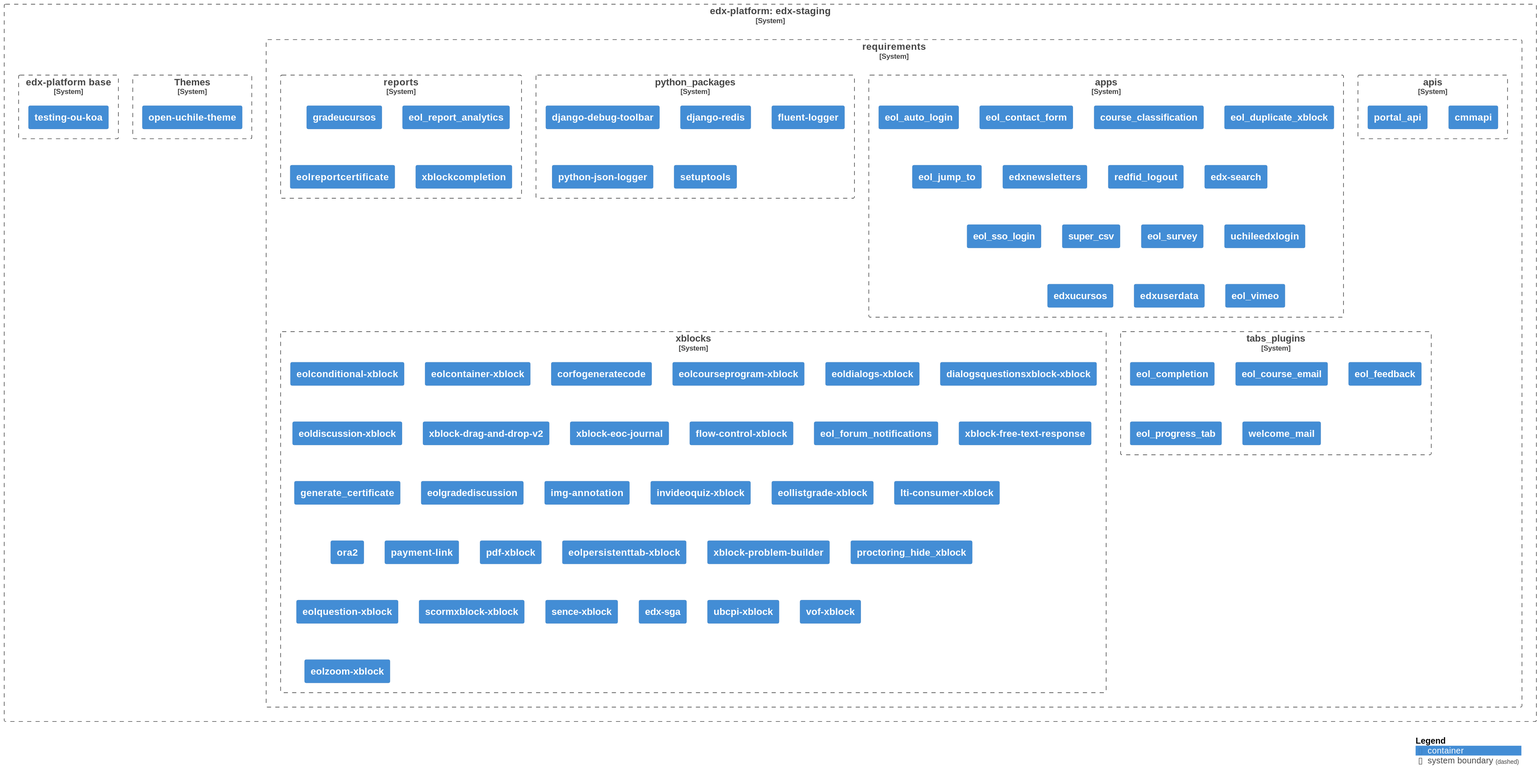
Earlier version of the PlantUML export diagrams/diagram.svg (eol-uchile/edx-staging).
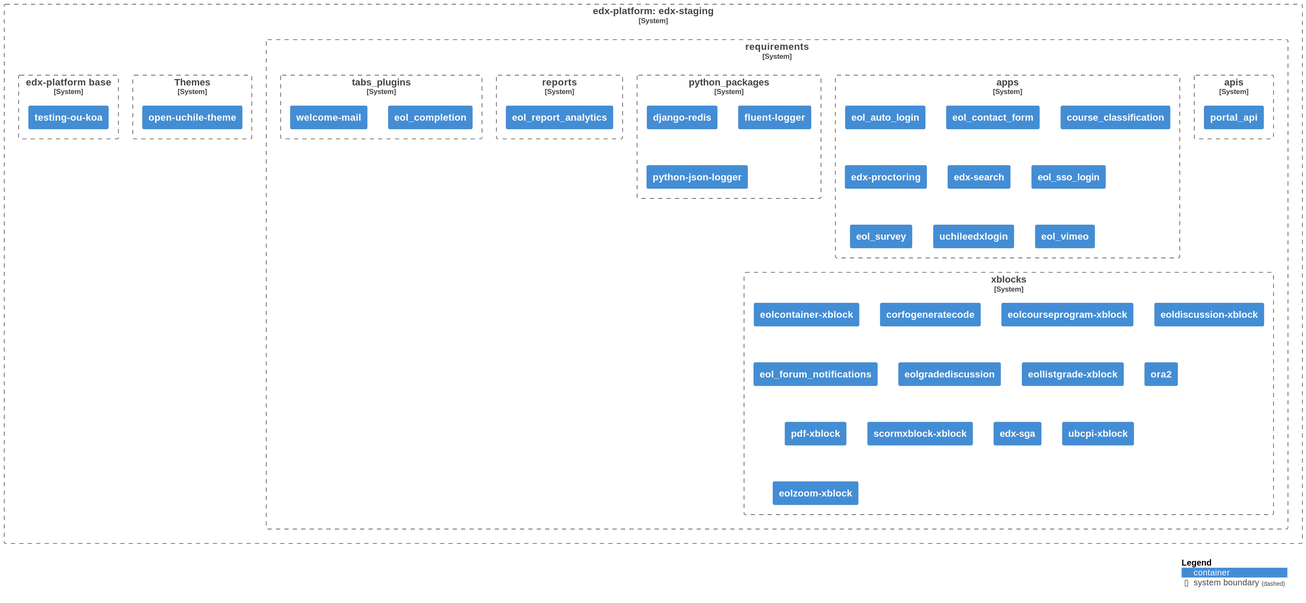
After the change.

Commit message:
Auto-generate UML diagram

What changed in the source:
```diff
@@ -9,9 +9,7 @@
 
             System_Boundary(apis, "apis", $link="https://github.com/eol-uchile/edx-staging/blob/openuchile-release/koa/requirements/apis.txt") {
 
-                Container(apis1, "cmmapi", $link="https://github.com/eol-uchile/CMM-API")
-
-                Container(apis2, "portal_api", $link="https://github.com/eol-uchile/portal_api")
+                Container(apis1, "portal_api", $link="https://github.com/open-uchile/portal_api")
 
             }
 
@@ -19,59 +17,37 @@
 
                 Container(apps1, "eol_auto_login", $link="https://github.com/eol-uchile/eol_auto_login")
 
-                Container(apps2, "eol_contact_form", $link="https://github.com/eol-uchile/eol_contact_form")
+                Container(apps2, "eol_contact_form", $link="https://github.com/open-uchile/eol_contact_form")
 
                 Container(apps3, "course_classification", $link="https://github.com/eol-uchile/course_classification")
 
-                Container(apps4, "eol_duplicate_xblock", $link="https://github.com/eol-uchile/eol_duplicate_xblock")
+                Container(apps4, "edx-proctoring", $link="https://github.com/open-uchile/edx-proctoring")
 
-                Container(apps5, "eol_jump_to", $link="https://github.com/eol-uchile/eol_jump_to")
+                Container(apps5, "edx-search", $link="https://github.com/eol-uchile/edx-search")
 
-                Container(apps6, "edxnewsletters", $link="https://github.com/eol-uchile/edx-newsletters")
+                Container(apps6, "eol_sso_login", $link="https://github.com/eol-uchile/eol_sso_login")
 
-                Container(apps7, "redfid_logout", $link="https://github.com/eol-uchile/redfid_logout")
+                Container(apps7, "eol_survey", $link="https://github.com/eol-uchile/eol_survey")
 
-                Container(apps8, "edx-search", $link="https://github.com/eol-uchile/edx-search")
+                Container(apps8, "uchileedxlogin", $link="https://github.com/open-uchile/uchileedxlogin")
 
-                Container(apps9, "eol_sso_login", $link="https://github.com/eol-uchile/eol_sso_login.git")
-
-                Container(apps10, "super_csv", $link="https://github.com/eol-uchile/super-csv.git")
-
-                Container(apps11, "eol_survey", $link="https://github.com/eol-uchile/eol_survey.git")
-
-                Container(apps12, "uchileedxlogin", $link="https://github.com/eol-uchile/uchileedxlogin")
-
-                Container(apps13, "edxucursos", $link="https://github.com/eol-uchile/edx-ucursos")
-
-                Container(apps14, "edxuserdata", $link="https://github.com/eol-uchile/edx-userdata")
-
-                Container(apps15, "eol_vimeo", $link="https://github.com/eol-uchile/eol_vimeo")
+                Container(apps9, "eol_vimeo", $link="https://github.com/open-uchile/eol_vimeo")
 
             }
 
             System_Boundary(python_packages, "python_packages", $link="https://github.com/eol-uchile/edx-staging/blob/openuchile-release/koa/requirements/python_packages.txt") {
 
-                Container(python_packages1, "django-debug-toolbar")
+                Container(python_packages1, "django-redis")
 
-                Container(python_packages2, "django-redis")
+                Container(python_packages2, "fluent-logger")
 
-                Container(python_packages3, "fluent-logger")
-
-                Container(python_packages4, "python-json-logger")
-
-                Container(python_packages5, "setuptools")
+                Container(python_packages3, "python-json-logger")
 
             }
 
             System_Boundary(reports, "reports", $link="https://github.com/eol-uchile/edx-staging/blob/openuchile-release/koa/requirements/reports.txt") {
 
-                Container(reports1, "gradeucursos", $link="https://github.com/eol-uchile/eol_grade_ucursos")
-
-                Container(reports2, "eol_report_analytics", $link="https://github.com/eol-uchile/eol_report_analytics")
-
-                Container(reports3, "eolreportcertificate", $link="https://github.com/eol-uchile/eol_report_certificate")
-
-                Container(reports4, "xblockcompletion", $link="https://github.com/eol-uchile/eol_xblock_completion")
+                Container(reports1, "eol_report_analytics", $link="https://github.com/eol-uchile/eol_report_analytics")
 
             }
 
@@ -79,79 +55,37 @@
 
                 Container(tabs_plugins1, "eol_completion", $link="https://github.com/eol-uchile/eol_completion")
 
-                Container(tabs_plugins2, "eol_course_email", $link="https://github.com/eol-uchile/eol_course_email")
-
-                Container(tabs_plugins3, "eol_feedback", $link="https://github.com/eol-uchile/eol_feedback")
-
-                Container(tabs_plugins4, "eol_progress_tab", $link="https://github.com/eol-uchile/eol_progress_tab")
-
-                Container(tabs_plugins5, "welcome_mail", $link="https://github.com/eol-uchile/eol_welcome_mail")
+                Container(tabs_plugins2, "welcome-mail", $link="https://github.com/eol-uchile/eol_welcome_mail")
 
             }
 
             System_Boundary(xblocks, "xblocks", $link="https://github.com/eol-uchile/edx-staging/blob/openuchile-release/koa/requirements/xblocks.txt") {
 
-                Container(xblocks1, "eolconditional-xblock", $link="https://github.com/eol-uchile/eol-conditional-xblock.git")
+                Container(xblocks1, "eolcontainer-xblock", $link="https://github.com/eol-uchile/eol-container-xblock.git")
 
-                Container(xblocks2, "eolcontainer-xblock", $link="https://github.com/eol-uchile/eol-container-xblock.git")
+                Container(xblocks2, "corfogeneratecode", $link="https://github.com/eol-uchile/corfo_generate_code")
 
-                Container(xblocks3, "corfogeneratecode", $link="https://github.com/eol-uchile/corfo_generate_code")
+                Container(xblocks3, "eolcourseprogram-xblock", $link="https://github.com/eol-uchile/eol-course-program-xblock")
 
-                Container(xblocks4, "eolcourseprogram-xblock", $link="https://github.com/eol-uchile/eol-course-program-xblock")
+                Container(xblocks4, "eoldiscussion-xblock", $link="https://github.com/eol-uchile/eol_xblock_discussion")
 
-                Container(xblocks5, "eoldialogs-xblock", $link="https://github.com/eol-uchile/eol-dialogs-xblock.git")
+                Container(xblocks5, "eol_forum_notifications", $link="https://github.com/eol-uchile/eol_forum_notifications")
 
-                Container(xblocks6, "dialogsquestionsxblock-xblock", $link="https://github.com/eol-uchile/eol-dialogs-question-xblock")
+                Container(xblocks6, "eolgradediscussion", $link="https://github.com/eol-uchile/eol_gradeforum_xblock")
 
-                Container(xblocks7, "eoldiscussion-xblock", $link="https://github.com/eol-uchile/eol_xblock_discussion")
+                Container(xblocks7, "eollistgrade-xblock", $link="https://github.com/eol-uchile/eol_list_grade")
 
-                Container(xblocks8, "xblock-drag-and-drop-v2", $link="https://github.com/eol-uchile/xblock-drag-and-drop-v2")
+                Container(xblocks8, "ora2", $link="https://github.com/eol-uchile/edx-ora2.git")
 
-                Container(xblocks9, "xblock-eoc-journal", $link="https://github.com/eol-uchile/xblock-eoc-journal")
+                Container(xblocks9, "pdf-xblock", $link="https://github.com/open-uchile/pdfXBlock")
 
-                Container(xblocks10, "flow-control-xblock", $link="https://github.com/eol-uchile/flow-control-xblock")
+                Container(xblocks10, "scormxblock-xblock", $link="https://github.com/eol-uchile/edx_xblock_scorm")
 
-                Container(xblocks11, "eol_forum_notifications", $link="https://github.com/eol-uchile/eol_forum_notifications")
+                Container(xblocks11, "edx-sga", $link="https://github.com/eol-uchile/edx-sga")
 
-                Container(xblocks12, "xblock-free-text-response", $link="https://github.com/eol-uchile/free-text-response")
+                Container(xblocks12, "ubcpi-xblock", $link="https://github.com/eol-uchile/ubcpi")
 
-                Container(xblocks13, "generate_certificate", $link="https://github.com/eol-uchile/generate_certificate_xblock")
-
-                Container(xblocks14, "eolgradediscussion", $link="https://github.com/eol-uchile/eol_gradeforum_xblock")
-
-                Container(xblocks15, "img-annotation", $link="https://github.com/eol-uchile/eol_img_annotation")
-
-                Container(xblocks16, "invideoquiz-xblock", $link="https://github.com/eol-uchile/xblock-in-video-quiz")
-
-                Container(xblocks17, "eollistgrade-xblock", $link="https://github.com/eol-uchile/eol_list_grade")
-
-                Container(xblocks18, "lti-consumer-xblock", $link="https://github.com/eol-uchile/xblock-lti-consumer")
-
-                Container(xblocks19, "ora2", $link="https://github.com/eol-uchile/edx-ora2.git")
-
-                Container(xblocks20, "payment-link", $link="https://github.com/eol-uchile/payment_link_xblock")
-
-                Container(xblocks21, "pdf-xblock", $link="https://github.com/eol-uchile/pdfXBlock")
-
-                Container(xblocks22, "eolpersistenttab-xblock", $link="https://github.com/eol-uchile/eol-persistent-tab-xblock")
-
-                Container(xblocks23, "xblock-problem-builder", $link="https://github.com/eol-uchile/problem-builder")
-
-                Container(xblocks24, "proctoring_hide_xblock", $link="https://github.com/eol-uchile/proctoring_hide_xblock")
-
-                Container(xblocks25, "eolquestion-xblock", $link="https://github.com/eol-uchile/eol-question-xblock.git")
-
-                Container(xblocks26, "scormxblock-xblock", $link="https://github.com/eol-uchile/edx_xblock_scorm")
-
-                Container(xblocks27, "sence-xblock", $link="https://github.com/eol-uchile/sence-xblock")
-
-                Container(xblocks28, "edx-sga", $link="https://github.com/eol-uchile/edx-sga")
-
-                Container(xblocks29, "ubcpi-xblock", $link="https://github.com/eol-uchile/ubcpi")
-
-                Container(xblocks30, "vof-xblock", $link="https://github.com/eol-uchile/eol-vof-xblock.git")
-
-                Container(xblocks31, "eolzoom-xblock", $link="https://github.com/eol-uchile/eol-zoom-xblock")
+                Container(xblocks13, "eolzoom-xblock", $link="https://github.com/eol-uchile/eol-zoom-xblock")
 
             }
 
```
